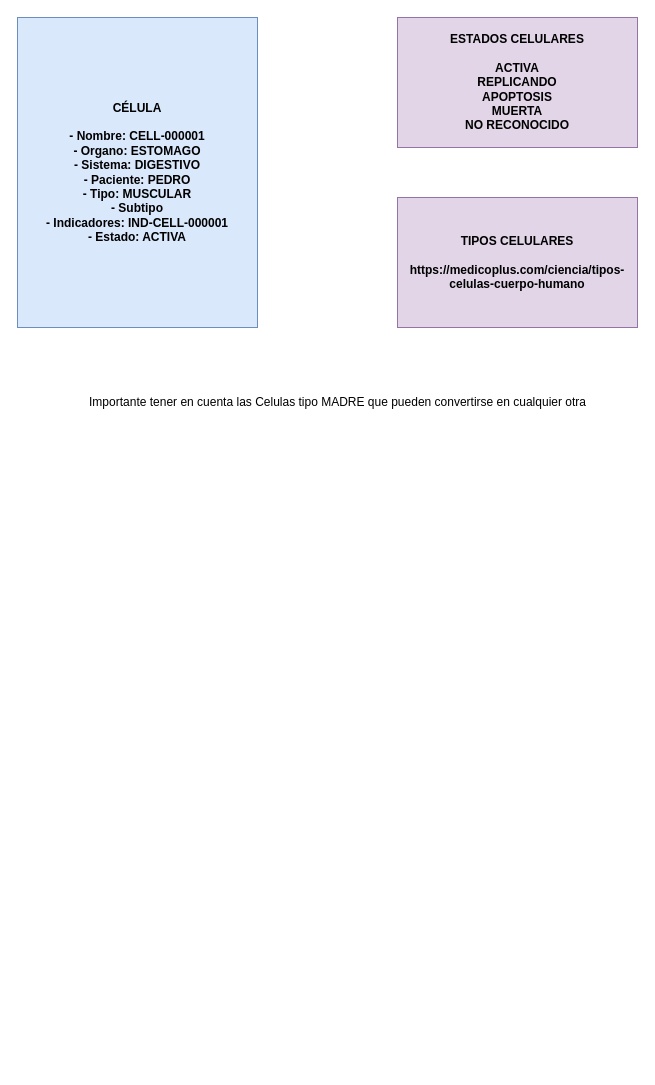
This is page "CELULA" (3 of 6) of arch-design/cellprom-arch-functionality.drawio from cellprom/cellprom-arq-doc, a draw.io file, before an edit. Source tidied: cells renumbered, new cells numbered last; positions are measured from the earlier drawing's top-left corner, leaving out a move shared by most shapes. Both pictures are drawn from the tidied source at 100%, with x=0, y=0 at pixel (17, 17).
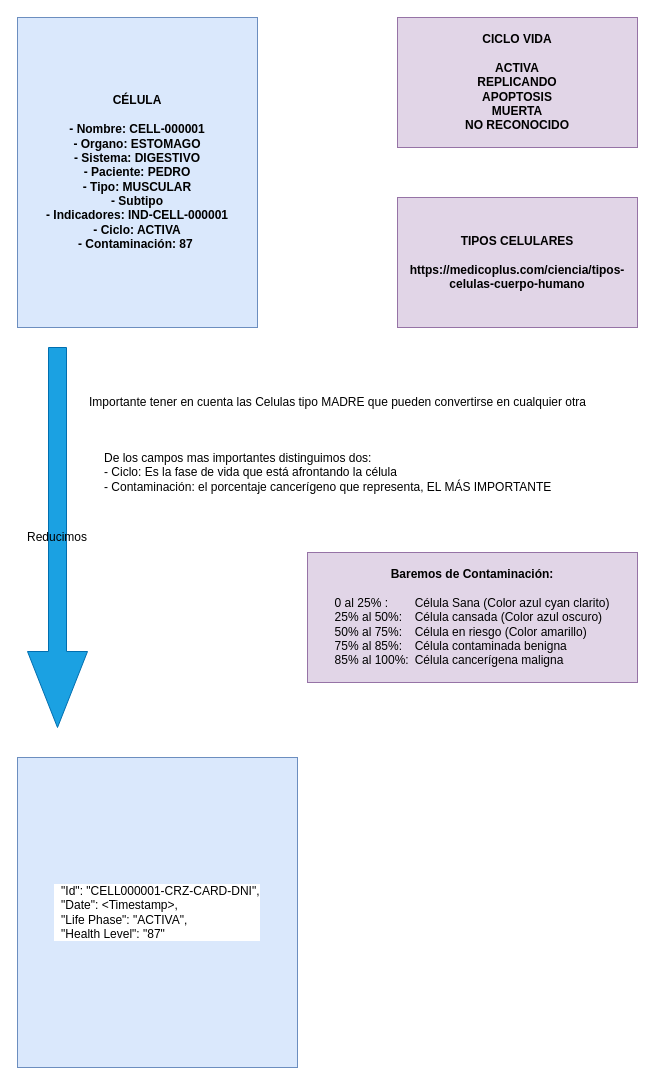
After the change.

The edit, as a diff of the source:
```diff
@@
 <mxGraphModel>
   <root>
     <mxCell id="0" />
     <mxCell id="1" parent="0" />
-    <mxCell id="2" value="CÉLULA&lt;br&gt;&lt;br&gt;- Nombre: CELL-000001&lt;br&gt;- Organo: ESTOMAGO&lt;br&gt;- Sistema: DIGESTIVO&lt;br&gt;- Paciente: PEDRO&lt;br&gt;- Tipo: MUSCULAR&lt;br&gt;- Subtipo&lt;br&gt;- Indicadores: IND-CELL-000001&lt;br&gt;- Estado: ACTIVA" style="whiteSpace=wrap;html=1;fillColor=#dae8fc;strokeColor=#6c8ebf;fontStyle=1;" parent="1" vertex="1">
+    <mxCell id="2" value="CÉLULA&lt;br&gt;&lt;br&gt;- Nombre: CELL-000001&lt;br&gt;- Organo: ESTOMAGO&lt;br&gt;- Sistema: DIGESTIVO&lt;br&gt;- Paciente: PEDRO&lt;br&gt;- Tipo: MUSCULAR&lt;br&gt;- Subtipo&lt;br&gt;- Indicadores: IND-CELL-000001&lt;br&gt;- Ciclo: ACTIVA&lt;div&gt;- Contaminación: 87&amp;nbsp;&lt;/div&gt;" style="whiteSpace=wrap;html=1;fillColor=#dae8fc;strokeColor=#6c8ebf;fontStyle=1;" parent="1" vertex="1">
       <mxGeometry width="240" height="310" as="geometry" />
     </mxCell>
-    <mxCell id="3" value="ESTADOS CELULARES&lt;br&gt;&lt;br&gt;ACTIVA&lt;br&gt;REPLICANDO&lt;br&gt;APOPTOSIS&lt;br&gt;MUERTA&lt;br&gt;NO RECONOCIDO" style="whiteSpace=wrap;html=1;fillColor=#e1d5e7;strokeColor=#9673a6;fontStyle=1;" parent="1" vertex="1">
+    <mxCell id="3" value="CICLO VIDA&lt;br&gt;&lt;br&gt;ACTIVA&lt;br&gt;REPLICANDO&lt;br&gt;APOPTOSIS&lt;br&gt;MUERTA&lt;br&gt;NO RECONOCIDO" style="whiteSpace=wrap;html=1;fillColor=#e1d5e7;strokeColor=#9673a6;fontStyle=1;" parent="1" vertex="1">
       <mxGeometry x="380" width="240" height="130" as="geometry" />
     </mxCell>
     <mxCell id="4" value="TIPOS CELULARES&lt;br&gt;&lt;br&gt;https://medicoplus.com/ciencia/tipos-celulas-cuerpo-humano" style="whiteSpace=wrap;html=1;fillColor=#e1d5e7;strokeColor=#9673a6;fontStyle=1;" parent="1" vertex="1">
       <mxGeometry x="380" y="180" width="240" height="130" as="geometry" />
     </mxCell>
     <mxCell id="5" value="Importante tener en cuenta las Celulas tipo MADRE que pueden convertirse en cualquier otra" style="text;html=1;align=center;verticalAlign=middle;strokeColor=none;fillColor=none;" parent="1" vertex="1">
       <mxGeometry x="60" y="370" width="520" height="30" as="geometry" />
     </mxCell>
+    <mxCell id="6" value="De los campos mas importantes distinguimos dos:&lt;br&gt;- Ciclo: Es la fase de vida que está afrontando la célula&lt;div&gt;- Contaminación: el porcentaje cancerígeno que representa, EL MÁS IMPORTANTE&lt;/div&gt;" style="text;html=1;align=left;verticalAlign=middle;strokeColor=none;fillColor=none;" parent="1" vertex="1">
+      <mxGeometry x="85" y="425" width="470" height="60" as="geometry" />
+    </mxCell>
+    <mxCell id="7" value="&lt;b style=&quot;text-align: left; text-wrap: nowrap;&quot;&gt;Baremos de Contaminación:&lt;/b&gt;&lt;div style=&quot;font-weight: 400; text-align: left; text-wrap: nowrap;&quot;&gt;&lt;br&gt;&lt;/div&gt;&lt;div style=&quot;font-weight: 400; text-align: left; text-wrap: nowrap;&quot;&gt;0 al 25% : &lt;span style=&quot;white-space: pre;&quot;&gt;&#9;&lt;/span&gt;Célula Sana (Color azul cyan clarito)&lt;/div&gt;&lt;div style=&quot;font-weight: 400; text-align: left; text-wrap: nowrap;&quot;&gt;25% al 50%: &lt;span style=&quot;white-space: pre;&quot;&gt;&#9;&lt;/span&gt;Célula cansada (Color azul oscuro)&lt;/div&gt;&lt;div style=&quot;font-weight: 400; text-align: left; text-wrap: nowrap;&quot;&gt;50% al 75%: &lt;span style=&quot;white-space: pre;&quot;&gt;&#9;&lt;/span&gt;Célula en riesgo (Color amarillo)&lt;/div&gt;&lt;div style=&quot;font-weight: 400; text-align: left; text-wrap: nowrap;&quot;&gt;75% al 85%: &lt;span style=&quot;white-space: pre;&quot;&gt;&#9;&lt;/span&gt;Célula contaminada benigna&lt;/div&gt;&lt;div style=&quot;font-weight: 400; text-align: left; text-wrap: nowrap;&quot;&gt;85% al 100%: &lt;span style=&quot;white-space: pre;&quot;&gt;&#9;&lt;/span&gt;Célula cancerígena maligna&lt;/div&gt;" style="whiteSpace=wrap;html=1;fillColor=#e1d5e7;strokeColor=#9673a6;fontStyle=1;" parent="1" vertex="1">
+      <mxGeometry x="290" y="535" width="330" height="130" as="geometry" />
+    </mxCell>
+    <mxCell id="8" value="&lt;font color=&quot;#000000&quot;&gt;Reducimos&lt;/font&gt;" style="shape=singleArrow;direction=south;whiteSpace=wrap;html=1;fillColor=#1ba1e2;strokeColor=#006EAF;fontColor=#ffffff;" parent="1" vertex="1">
+      <mxGeometry x="10" y="330" width="60" height="380" as="geometry" />
+    </mxCell>
+    <mxCell id="9" value="&lt;div style=&quot;font-weight: 400; text-align: left; background-color: rgb(255, 255, 255);&quot;&gt;&amp;nbsp; &quot;Id&quot;: &quot;CELL000001-CRZ-CARD-DNI&quot;,&lt;/div&gt;&lt;div style=&quot;font-weight: 400; text-align: left; background-color: rgb(255, 255, 255);&quot;&gt;&amp;nbsp; &quot;Date&quot;: &amp;lt;Timestamp&amp;gt;,&lt;/div&gt;&lt;div style=&quot;font-weight: 400; text-align: left; background-color: rgb(255, 255, 255);&quot;&gt;&amp;nbsp; &quot;Life Phase&quot;: &quot;ACTIVA&quot;,&lt;/div&gt;&lt;div style=&quot;font-weight: 400; text-align: left; background-color: rgb(255, 255, 255);&quot;&gt;&amp;nbsp; &quot;Health Level&quot;: &quot;87&quot;&amp;nbsp;&lt;/div&gt;" style="whiteSpace=wrap;html=1;fillColor=#dae8fc;strokeColor=#6c8ebf;fontStyle=1;" parent="1" vertex="1">
+      <mxGeometry y="740" width="280" height="310" as="geometry" />
+    </mxCell>
   </root>
 </mxGraphModel>
```
